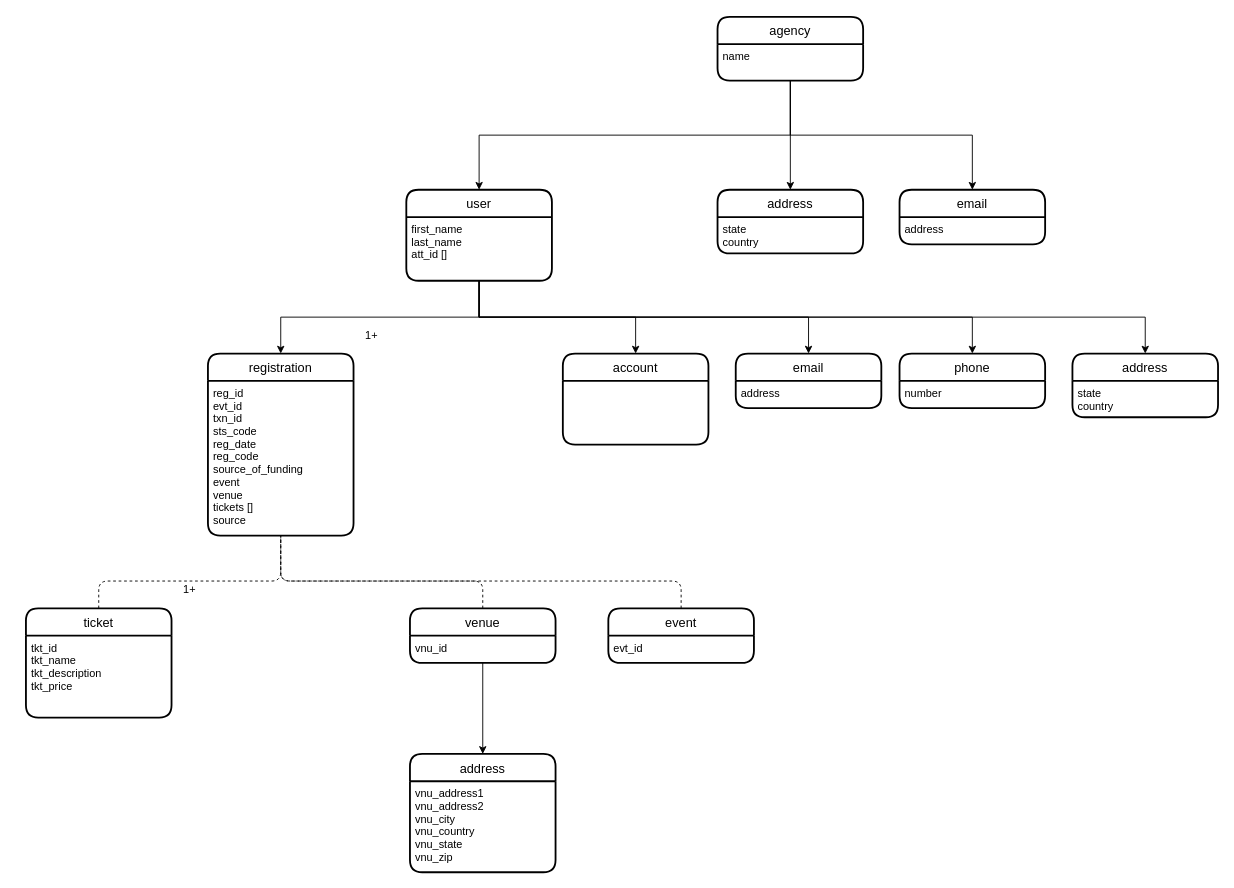
This is street-cops-data.drawio from razaman2/diagram, a draw.io file, before an edit. Source tidied: cells renumbered, new cells numbered last; positions are measured from the earlier drawing's top-left corner, leaving out a move shared by most shapes. Both pictures are drawn from the tidied source at 91%, with x=0, y=0 at pixel (25, 16).
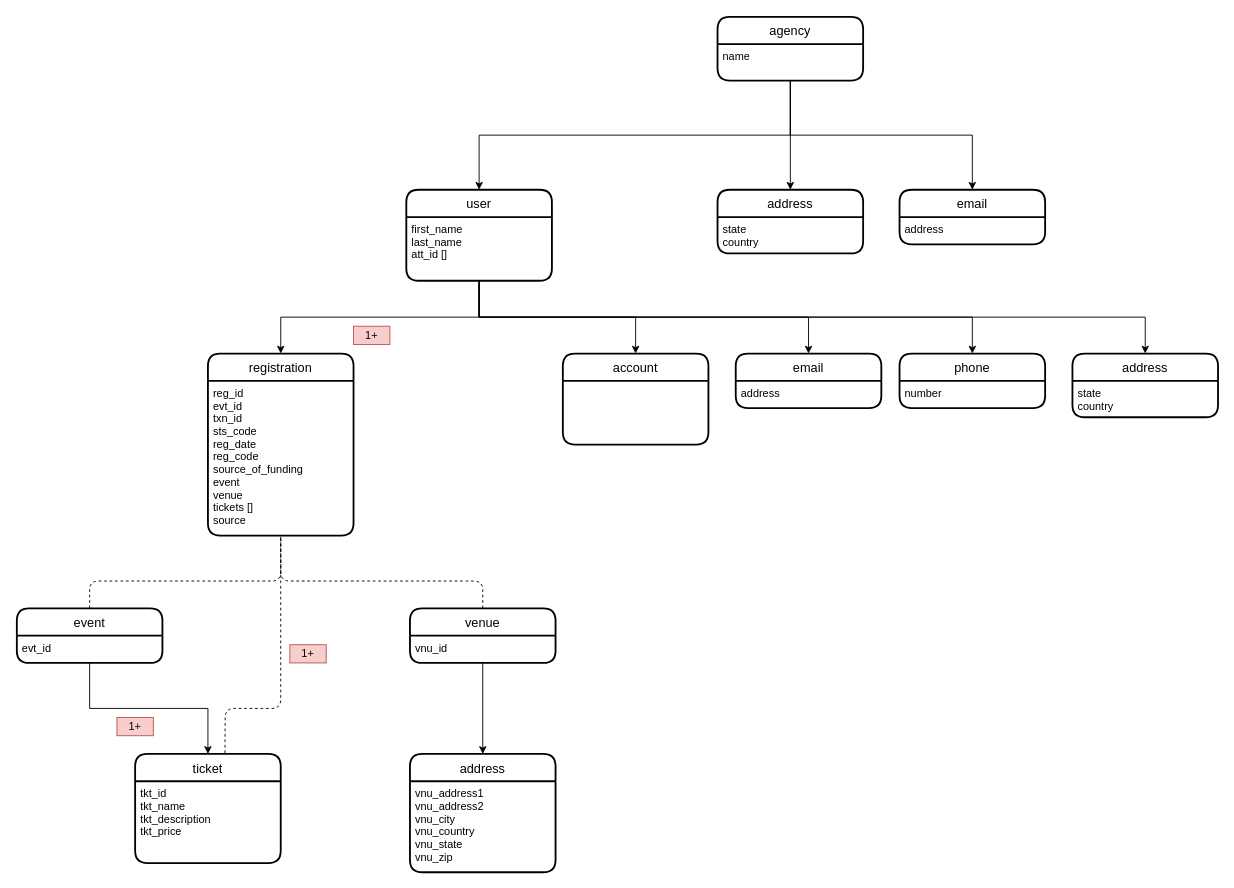
After the change.

The change refers to these unchanged cells:
```xml
<mxCell id="26" value="reg_id&#10;evt_id&#10;txn_id&#10;sts_code&#10;reg_date&#10;reg_code&#10;source_of_funding&#10;event&#10;venue&#10;tickets []&#10;source" style="align=left;strokeColor=none;fillColor=none;spacingLeft=4;fontSize=12;verticalAlign=top;" parent="25" vertex="1">
  <mxGeometry y="30" width="160" height="170" as="geometry" />
</mxCell>
<mxCell id="31" value="evt_id" style="align=left;strokeColor=none;fillColor=none;spacingLeft=4;fontSize=12;verticalAlign=top;" parent="30" vertex="1">
  <mxGeometry y="30" width="160" height="30" as="geometry" />
</mxCell>
```

Change to the diagram source:
```diff
@@
     <mxCell id="4" value="ticket" style="swimlane;horizontal=1;startSize=30;rounded=1;fontSize=14;fontStyle=0;strokeWidth=2;shadow=0;dashed=0;align=center;" parent="1" vertex="1">
-      <mxGeometry y="650" width="160" height="120" as="geometry" />
+      <mxGeometry x="120" y="810" width="160" height="120" as="geometry" />
     </mxCell>
@@
     <mxCell id="30" value="event" style="swimlane;horizontal=1;startSize=30;rounded=1;fontSize=14;fontStyle=0;strokeWidth=2;shadow=0;dashed=0;align=center;" parent="1" vertex="1">
-      <mxGeometry x="640" y="650" width="160" height="60" as="geometry" />
+      <mxGeometry x="-10" y="650" width="160" height="60" as="geometry" />
     </mxCell>
@@
-    <mxCell id="36" value="1+" style="text;html=1;strokeColor=none;fillColor=none;align=center;verticalAlign=middle;whiteSpace=wrap;rounded=0;" parent="1" vertex="1">
-      <mxGeometry x="160" y="620" width="40" height="20" as="geometry" />
-    </mxCell>
-    <mxCell id="37" value="1+" style="text;html=1;strokeColor=none;fillColor=none;align=center;verticalAlign=middle;whiteSpace=wrap;rounded=0;" parent="1" vertex="1">
+    <mxCell id="37" value="1+" style="text;html=1;strokeColor=#b85450;fillColor=#f8cecc;align=center;verticalAlign=middle;whiteSpace=wrap;rounded=0;" parent="1" vertex="1">
       <mxGeometry x="360" y="340" width="40" height="20" as="geometry" />
     </mxCell>
@@
+    <mxCell id="40" style="endArrow=none;dashed=1;html=1;exitX=0.5;exitY=0;exitDx=0;exitDy=0;entryX=0.5;entryY=1;entryDx=0;entryDy=0;" parent="1" edge="1" source="30" target="26">
+      <mxGeometry relative="1" as="geometry">
+        <Array as="points">
+          <mxPoint x="70" y="620" />
+          <mxPoint x="280" y="620" />
+        </Array>
+      </mxGeometry>
+    </mxCell>
+    <mxCell id="41" style="edgeStyle=orthogonalEdgeStyle;rounded=0;jettySize=auto;html=1;exitX=0.5;exitY=1;exitDx=0;exitDy=0;entryX=0.5;entryY=0;entryDx=0;entryDy=0;" parent="1" edge="1" source="31" target="4">
+      <mxGeometry relative="1" as="geometry" />
+    </mxCell>
+    <mxCell id="42" value="1+" style="text;html=1;strokeColor=#b85450;fillColor=#f8cecc;align=center;verticalAlign=middle;whiteSpace=wrap;rounded=0;" parent="1" vertex="1">
+      <mxGeometry x="100" y="770" width="40" height="20" as="geometry" />
+    </mxCell>
-    <mxCell id="39" style="endArrow=none;dashed=1;html=1;exitX=0.5;exitY=0;exitDx=0;exitDy=0;entryX=0.5;entryY=1;entryDx=0;entryDy=0;" parent="1" edge="1" source="4" target="26">
+    <mxCell id="39" style="endArrow=none;dashed=1;html=1;exitX=0.617;exitY=-0.008;exitDx=0;exitDy=0;entryX=0.5;entryY=1;entryDx=0;entryDy=0;exitPerimeter=0;" parent="1" edge="1" source="4" target="26">
       <mxGeometry relative="1" as="geometry">
         <Array as="points">
-          <mxPoint x="80" y="620" />
-          <mxPoint x="280" y="620" />
+          <mxPoint x="219" y="760" />
+          <mxPoint x="280" y="760" />
         </Array>
       </mxGeometry>
     </mxCell>
-    <mxCell id="40" style="endArrow=none;dashed=1;html=1;exitX=0.5;exitY=0;exitDx=0;exitDy=0;entryX=0.5;entryY=1;entryDx=0;entryDy=0;" parent="1" edge="1" source="30" target="26">
-      <mxGeometry relative="1" as="geometry">
-        <Array as="points">
-          <mxPoint x="720" y="620" />
-          <mxPoint x="280" y="620" />
-        </Array>
-      </mxGeometry>
-    </mxCell>
+    <mxCell id="43" value="1+" style="text;html=1;strokeColor=#b85450;fillColor=#f8cecc;align=center;verticalAlign=middle;whiteSpace=wrap;rounded=0;" parent="1" vertex="1">
+      <mxGeometry x="290" y="690" width="40" height="20" as="geometry" />
+    </mxCell>
```
